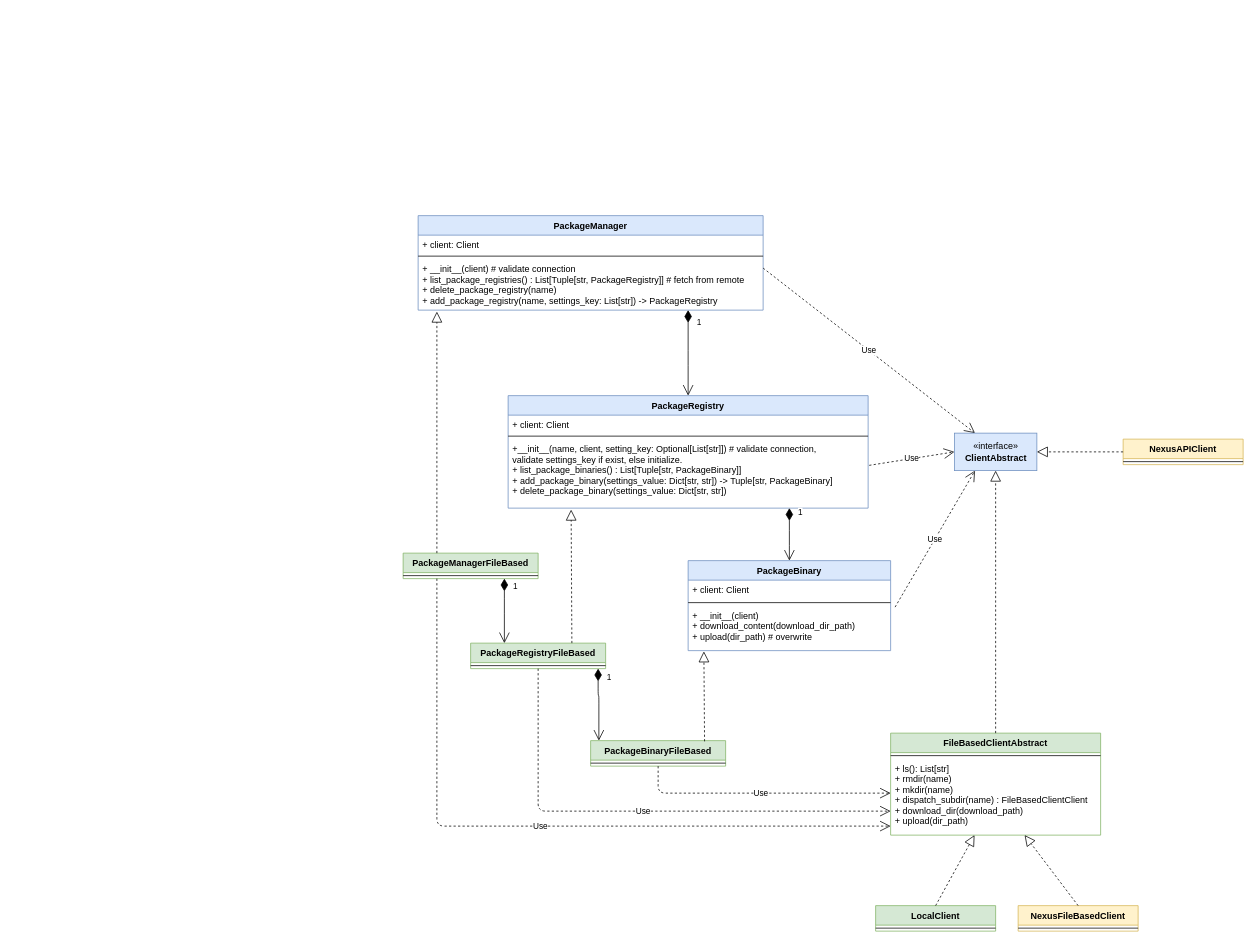
Above: docs/source/diagrams/pacco.drawio in jasonsebastian/pacco (draw.io), before the change. Source tidied: cells renumbered, new cells numbered last; positions are measured from the earlier drawing's top-left corner, leaving out a move shared by most shapes. Both pictures are drawn from the tidied source at 75%, with x=0, y=0 at pixel (403, 215).
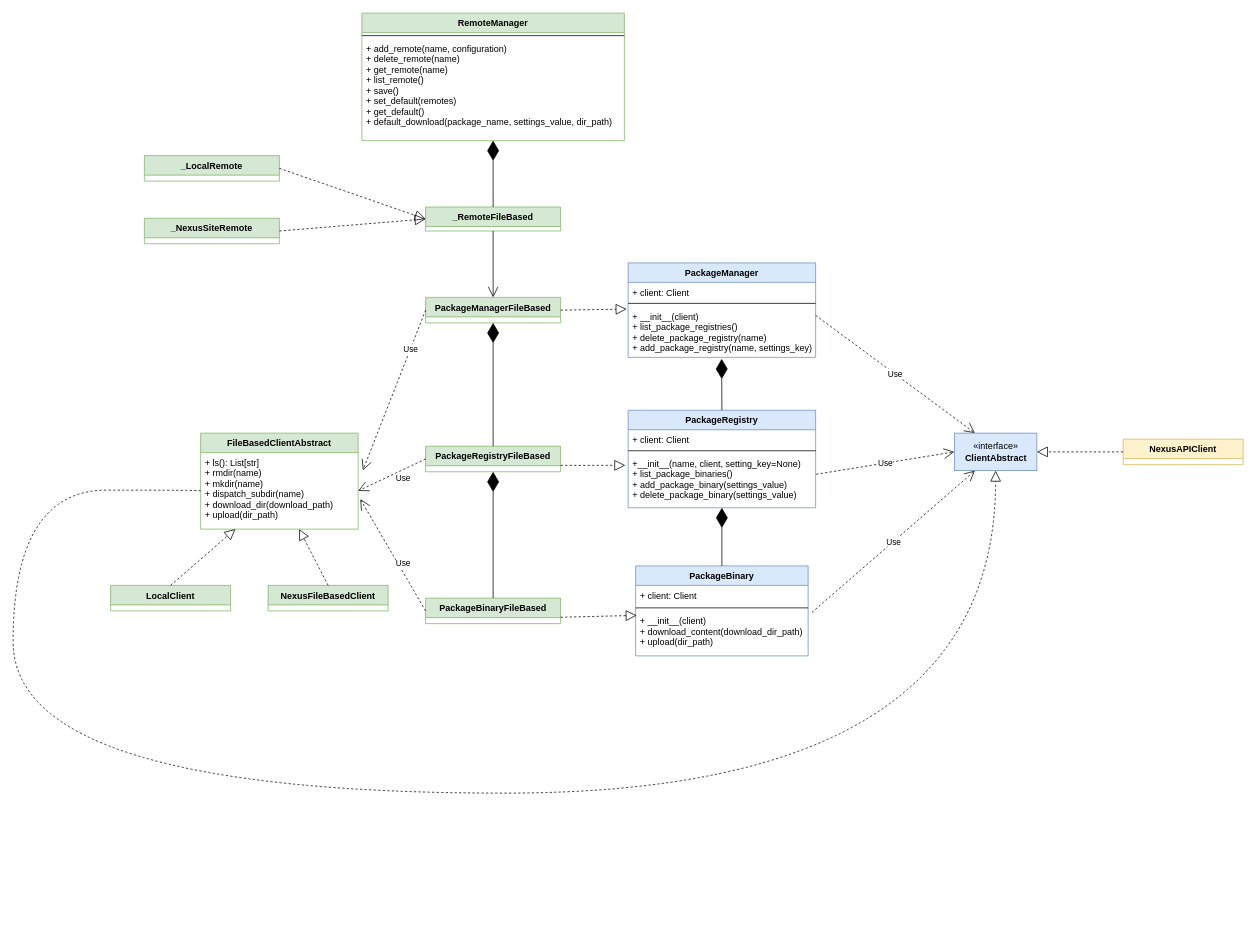
The same diagram, later.

Unchanged cells that the change refers to:
```xml
<mxCell id="22" value="«interface»&lt;br&gt;&lt;b&gt;ClientAbstract&lt;/b&gt;" style="html=1;fillColor=#dae8fc;strokeColor=#6c8ebf;" parent="1" vertex="1">
  <mxGeometry x="735" y="290" width="110" height="50" as="geometry" />
</mxCell>
<mxCell id="44" value="NexusAPIClient" style="swimlane;fontStyle=1;align=center;verticalAlign=top;horizontal=1;startSize=26;fillColor=#fff2cc;strokeColor=#d6b656;" parent="1" vertex="1">
  <mxGeometry x="960" y="298" width="160" height="34" as="geometry" />
</mxCell>
```

The edit, as a diff of the source:
```diff
@@
     <mxCell id="2" value="PackageManager" style="swimlane;fontStyle=1;align=center;verticalAlign=top;horizontal=1;startSize=26;fillColor=#dae8fc;strokeColor=#6c8ebf;" parent="1" vertex="1">
-      <mxGeometry x="20" width="460" height="126" as="geometry" />
+      <mxGeometry x="300" y="63" width="250" height="126" as="geometry" />
     </mxCell>
     <mxCell id="3" value="+ client: Client" style="text;strokeColor=none;fillColor=none;align=left;verticalAlign=top;spacingLeft=4;spacingRight=4;overflow=hidden;" parent="2" vertex="1">
-      <mxGeometry y="26" width="460" height="24" as="geometry" />
+      <mxGeometry y="26" width="250" height="24" as="geometry" />
     </mxCell>
     <mxCell id="4" style="line;strokeWidth=1;fillColor=none;align=left;verticalAlign=middle;spacingTop=-1;spacingLeft=3;spacingRight=3;labelPosition=right;" parent="2" vertex="1">
-      <mxGeometry y="50" width="460" height="8" as="geometry" />
+      <mxGeometry y="50" width="250" height="8" as="geometry" />
     </mxCell>
-    <mxCell id="5" value="+ __init__(client) # validate connection&#10;+ list_package_registries() : List[Tuple[str, PackageRegistry]] # fetch from remote&#10;+ delete_package_registry(name)&#10;+ add_package_registry(name, settings_key: List[str]) -&gt; PackageRegistry&#10;&#10;" style="text;strokeColor=none;fillColor=none;align=left;verticalAlign=top;spacingLeft=4;spacingRight=4;overflow=hidden;points=[[0,0.5],[1,0.5]];portConstraint=eastwest;" parent="2" vertex="1">
-      <mxGeometry y="58" width="460" height="68" as="geometry" />
+    <mxCell id="5" value="+ __init__(client)&#10;+ list_package_registries()&#10;+ delete_package_registry(name)&#10;+ add_package_registry(name, settings_key)&#10;&#10;" style="text;strokeColor=none;fillColor=none;align=left;verticalAlign=top;spacingLeft=4;spacingRight=4;overflow=hidden;points=[[0,0.5],[1,0.5]];portConstraint=eastwest;" parent="2" vertex="1">
+      <mxGeometry y="58" width="250" height="68" as="geometry" />
     </mxCell>
     <mxCell id="6" value="PackageRegistry" style="swimlane;fontStyle=1;align=center;verticalAlign=top;horizontal=1;startSize=26;fillColor=#dae8fc;strokeColor=#6c8ebf;" parent="1" vertex="1">
-      <mxGeometry x="140" y="240" width="480" height="150" as="geometry" />
+      <mxGeometry x="300" y="259.5" width="250" height="130" as="geometry" />
     </mxCell>
     <mxCell id="7" value="+ client: Client&#10;" style="text;strokeColor=none;fillColor=none;align=left;verticalAlign=top;spacingLeft=4;spacingRight=4;overflow=hidden;" parent="6" vertex="1">
-      <mxGeometry y="26" width="480" height="24" as="geometry" />
+      <mxGeometry y="26" width="250" height="24" as="geometry" />
     </mxCell>
     <mxCell id="8" style="line;strokeWidth=1;fillColor=none;align=left;verticalAlign=middle;spacingTop=-1;spacingLeft=3;spacingRight=3;labelPosition=right;" parent="6" vertex="1">
-      <mxGeometry y="50" width="480" height="8" as="geometry" />
+      <mxGeometry y="50" width="250" height="8" as="geometry" />
     </mxCell>
-    <mxCell id="9" value="+__init__(name, client, setting_key: Optional[List[str]]) # validate connection, &#10;validate settings_key if exist, else initialize.&#10;+ list_package_binaries() : List[Tuple[str, PackageBinary]]&#10;+ add_package_binary(settings_value: Dict[str, str]) -&gt; Tuple[str, PackageBinary]&#10;+ delete_package_binary(settings_value: Dict[str, str])&#10;" style="text;strokeColor=none;fillColor=none;align=left;verticalAlign=top;spacingLeft=4;spacingRight=4;overflow=hidden;points=[[0,0.5],[1,0.5]];portConstraint=eastwest;" parent="6" vertex="1">
-      <mxGeometry y="58" width="480" height="92" as="geometry" />
+    <mxCell id="9" value="+__init__(name, client, setting_key=None)&#10;+ list_package_binaries()&#10;+ add_package_binary(settings_value)&#10;+ delete_package_binary(settings_value)&#10;" style="text;strokeColor=none;fillColor=none;align=left;verticalAlign=top;spacingLeft=4;spacingRight=4;overflow=hidden;points=[[0,0.5],[1,0.5]];portConstraint=eastwest;" parent="6" vertex="1">
+      <mxGeometry y="58" width="250" height="72" as="geometry" />
     </mxCell>
     <mxCell id="10" value="PackageBinary" style="swimlane;fontStyle=1;align=center;verticalAlign=top;horizontal=1;startSize=26;fillColor=#dae8fc;strokeColor=#6c8ebf;" parent="1" vertex="1">
-      <mxGeometry x="380" y="460" width="270" height="120" as="geometry" />
+      <mxGeometry x="310" y="467" width="230" height="120" as="geometry" />
     </mxCell>
     <mxCell id="11" value="+ client: Client" style="text;strokeColor=none;fillColor=none;align=left;verticalAlign=top;spacingLeft=4;spacingRight=4;overflow=hidden;" parent="10" vertex="1">
-      <mxGeometry y="26" width="270" height="26" as="geometry" />
+      <mxGeometry y="26" width="230" height="26" as="geometry" />
     </mxCell>
     <mxCell id="12" style="line;strokeWidth=1;fillColor=none;align=left;verticalAlign=middle;spacingTop=-1;spacingLeft=3;spacingRight=3;labelPosition=right;" parent="10" vertex="1">
-      <mxGeometry y="52" width="270" height="8" as="geometry" />
+      <mxGeometry y="52" width="230" height="8" as="geometry" />
     </mxCell>
-    <mxCell id="13" value="+ __init__(client)&#10;+ download_content(download_dir_path)&#10;+ upload(dir_path) # overwrite&#10;" style="text;strokeColor=none;fillColor=none;align=left;verticalAlign=top;spacingLeft=4;spacingRight=4;overflow=hidden;points=[[0,0.5],[1,0.5]];portConstraint=eastwest;" parent="10" vertex="1">
-      <mxGeometry y="60" width="270" height="60" as="geometry" />
+    <mxCell id="13" value="+ __init__(client)&#10;+ download_content(download_dir_path)&#10;+ upload(dir_path)&#10;" style="text;strokeColor=none;fillColor=none;align=left;verticalAlign=top;spacingLeft=4;spacingRight=4;overflow=hidden;points=[[0,0.5],[1,0.5]];portConstraint=eastwest;" parent="10" vertex="1">
+      <mxGeometry y="60" width="230" height="60" as="geometry" />
     </mxCell>
-    <mxCell id="14" value="1" style="endArrow=open;html=1;endSize=12;startArrow=diamondThin;startSize=14;startFill=1;edgeStyle=orthogonalEdgeStyle;align=left;verticalAlign=bottom;entryX=0.5;entryY=0;entryDx=0;entryDy=0;" parent="1" edge="1" source="5" target="6">
-      <mxGeometry x="-0.56" y="10" relative="1" as="geometry">
-        <Array as="points">
-          <mxPoint x="380" y="190" />
-          <mxPoint x="380" y="190" />
-        </Array>
-      </mxGeometry>
-    </mxCell>
-    <mxCell id="15" value="1" style="endArrow=open;html=1;endSize=12;startArrow=diamondThin;startSize=14;startFill=1;edgeStyle=orthogonalEdgeStyle;align=left;verticalAlign=bottom;entryX=0.5;entryY=0;entryDx=0;entryDy=0;" parent="1" edge="1" source="9" target="10">
-      <mxGeometry x="-0.57" y="10" relative="1" as="geometry">
-        <Array as="points">
-          <mxPoint x="515" y="430" />
-          <mxPoint x="515" y="430" />
-        </Array>
-      </mxGeometry>
-    </mxCell>
@@
     <mxCell id="19" value="FileBasedClientAbstract" style="swimlane;fontStyle=1;align=center;verticalAlign=top;horizontal=1;startSize=26;fillColor=#d5e8d4;strokeColor=#82b366;" parent="1" vertex="1">
-      <mxGeometry x="650" y="690" width="280" height="136" as="geometry" />
+      <mxGeometry x="-270" y="290" width="210" height="128" as="geometry" />
     </mxCell>
-    <mxCell id="20" style="line;strokeWidth=1;fillColor=none;align=left;verticalAlign=middle;spacingTop=-1;spacingLeft=3;spacingRight=3;labelPosition=right;" parent="19" vertex="1">
-      <mxGeometry y="26" width="280" height="8" as="geometry" />
-    </mxCell>
-    <mxCell id="21" value="+ ls(): List[str]&#10;+ rmdir(name)&#10;+ mkdir(name)&#10;+ dispatch_subdir(name) : FileBasedClientClient&#10;+ download_dir(download_path)&#10;+ upload(dir_path)&#10;" style="text;strokeColor=none;fillColor=none;align=left;verticalAlign=top;spacingLeft=4;spacingRight=4;overflow=hidden;points=[[0,0.5],[1,0.5]];portConstraint=eastwest;" parent="19" vertex="1">
-      <mxGeometry y="34" width="280" height="102" as="geometry" />
+    <mxCell id="21" value="+ ls(): List[str]&#10;+ rmdir(name)&#10;+ mkdir(name)&#10;+ dispatch_subdir(name)&#10;+ download_dir(download_path)&#10;+ upload(dir_path)&#10;" style="text;strokeColor=none;fillColor=none;align=left;verticalAlign=top;spacingLeft=4;spacingRight=4;overflow=hidden;points=[[0,0.5],[1,0.5]];portConstraint=eastwest;" parent="19" vertex="1">
+      <mxGeometry y="26" width="210" height="102" as="geometry" />
     </mxCell>
@@
-    <mxCell id="23" style="endArrow=block;dashed=1;endFill=0;endSize=12;html=1;exitX=0.5;exitY=0;exitDx=0;exitDy=0;entryX=0.5;entryY=1;entryDx=0;entryDy=0;" parent="1" edge="1" source="19" target="22">
-      <mxGeometry relative="1" as="geometry" />
+    <mxCell id="23" style="endArrow=block;dashed=1;endFill=0;endSize=12;html=1;exitX=0;exitY=0.5;exitDx=0;exitDy=0;entryX=0.5;entryY=1;entryDx=0;entryDy=0;edgeStyle=orthogonalEdgeStyle;curved=1;" parent="1" edge="1" source="21" target="22">
+      <mxGeometry relative="1" as="geometry">
+        <Array as="points">
+          <mxPoint x="-520" y="366" />
+          <mxPoint x="-520" y="770" />
+          <mxPoint x="790" y="770" />
+        </Array>
+      </mxGeometry>
     </mxCell>
     <mxCell id="24" value="LocalClient" style="swimlane;fontStyle=1;align=center;verticalAlign=top;horizontal=1;startSize=26;fillColor=#d5e8d4;strokeColor=#82b366;" parent="1" vertex="1">
-      <mxGeometry x="630" y="920" width="160" height="34" as="geometry" />
+      <mxGeometry x="-390" y="493" width="160" height="34" as="geometry" />
     </mxCell>
-    <mxCell id="25" style="line;strokeWidth=1;fillColor=none;align=left;verticalAlign=middle;spacingTop=-1;spacingLeft=3;spacingRight=3;labelPosition=right;" parent="24" vertex="1">
-      <mxGeometry y="26" width="160" height="8" as="geometry" />
-    </mxCell>
@@
     <mxCell id="27" value="PackageManagerFileBased" style="swimlane;fontStyle=1;align=center;verticalAlign=top;horizontal=1;startSize=26;fillColor=#d5e8d4;strokeColor=#82b366;" parent="1" vertex="1">
-      <mxGeometry y="450" width="180" height="34" as="geometry" />
+      <mxGeometry x="30" y="109" width="180" height="34" as="geometry" />
     </mxCell>
-    <mxCell id="28" style="line;strokeWidth=1;fillColor=none;align=left;verticalAlign=middle;spacingTop=-1;spacingLeft=3;spacingRight=3;labelPosition=right;" parent="27" vertex="1">
-      <mxGeometry y="26" width="180" height="8" as="geometry" />
-    </mxCell>
     <mxCell id="29" value="PackageRegistryFileBased" style="swimlane;fontStyle=1;align=center;verticalAlign=top;horizontal=1;startSize=26;fillColor=#d5e8d4;strokeColor=#82b366;" parent="1" vertex="1">
-      <mxGeometry x="90" y="570" width="180" height="34" as="geometry" />
+      <mxGeometry x="30" y="307.5" width="180" height="34" as="geometry" />
     </mxCell>
-    <mxCell id="30" style="line;strokeWidth=1;fillColor=none;align=left;verticalAlign=middle;spacingTop=-1;spacingLeft=3;spacingRight=3;labelPosition=right;" parent="29" vertex="1">
-      <mxGeometry y="26" width="180" height="8" as="geometry" />
-    </mxCell>
     <mxCell id="31" value="PackageBinaryFileBased" style="swimlane;fontStyle=1;align=center;verticalAlign=top;horizontal=1;startSize=26;fillColor=#d5e8d4;strokeColor=#82b366;" parent="1" vertex="1">
-      <mxGeometry x="250" y="700" width="180" height="34" as="geometry" />
+      <mxGeometry x="30" y="510" width="180" height="34" as="geometry" />
     </mxCell>
-    <mxCell id="32" style="line;strokeWidth=1;fillColor=none;align=left;verticalAlign=middle;spacingTop=-1;spacingLeft=3;spacingRight=3;labelPosition=right;" parent="31" vertex="1">
-      <mxGeometry y="26" width="180" height="8" as="geometry" />
-    </mxCell>
-    <mxCell id="33" style="endArrow=block;dashed=1;endFill=0;endSize=12;html=1;exitX=0.25;exitY=0;exitDx=0;exitDy=0;" parent="1" edge="1" source="27">
-      <mxGeometry relative="1" as="geometry">
-        <mxPoint x="45" y="128" as="targetPoint" />
-      </mxGeometry>
+    <mxCell id="33" style="endArrow=block;dashed=1;endFill=0;endSize=12;html=1;exitX=1;exitY=0.5;exitDx=0;exitDy=0;entryX=-0.008;entryY=0.054;entryDx=0;entryDy=0;entryPerimeter=0;" parent="1" edge="1" source="27" target="5">
+      <mxGeometry relative="1" as="geometry" />
     </mxCell>
-    <mxCell id="34" style="endArrow=block;dashed=1;endFill=0;endSize=12;html=1;exitX=0.75;exitY=0;exitDx=0;exitDy=0;entryX=0.175;entryY=1.022;entryDx=0;entryDy=0;entryPerimeter=0;" parent="1" edge="1" source="29" target="9">
+    <mxCell id="34" style="endArrow=block;dashed=1;endFill=0;endSize=12;html=1;exitX=1;exitY=0.75;exitDx=0;exitDy=0;entryX=-0.015;entryY=0.215;entryDx=0;entryDy=0;entryPerimeter=0;" parent="1" edge="1" source="29" target="9">
       <mxGeometry relative="1" as="geometry" />
     </mxCell>
-    <mxCell id="35" style="endArrow=block;dashed=1;endFill=0;endSize=12;html=1;exitX=0.844;exitY=0.029;exitDx=0;exitDy=0;exitPerimeter=0;" parent="1" edge="1" source="31">
-      <mxGeometry relative="1" as="geometry">
-        <mxPoint x="401" y="581" as="targetPoint" />
-      </mxGeometry>
+    <mxCell id="35" style="endArrow=block;dashed=1;endFill=0;endSize=12;html=1;exitX=1;exitY=0.75;exitDx=0;exitDy=0;entryX=0.006;entryY=0.1;entryDx=0;entryDy=0;entryPerimeter=0;" parent="1" edge="1" source="31" target="13">
+      <mxGeometry relative="1" as="geometry" />
     </mxCell>
-    <mxCell id="36" value="1" style="endArrow=open;html=1;endSize=12;startArrow=diamondThin;startSize=14;startFill=1;edgeStyle=orthogonalEdgeStyle;align=left;verticalAlign=bottom;entryX=0.25;entryY=0;entryDx=0;entryDy=0;exitX=0.75;exitY=1;exitDx=0;exitDy=0;" parent="1" edge="1" source="27" target="29">
-      <mxGeometry x="-0.56" y="10" relative="1" as="geometry">
-        <Array as="points">
-          <mxPoint x="135" y="520" />
-          <mxPoint x="135" y="520" />
-        </Array>
-      </mxGeometry>
-    </mxCell>
-    <mxCell id="37" value="1" style="endArrow=open;html=1;endSize=12;startArrow=diamondThin;startSize=14;startFill=1;edgeStyle=orthogonalEdgeStyle;align=left;verticalAlign=bottom;entryX=0.061;entryY=0;entryDx=0;entryDy=0;exitX=0.75;exitY=1;exitDx=0;exitDy=0;entryPerimeter=0;" parent="1" edge="1" target="31">
-      <mxGeometry x="-0.56" y="10" relative="1" as="geometry">
-        <mxPoint x="260" y="604" as="sourcePoint" />
-        <Array as="points">
-          <mxPoint x="260" y="640" />
-        </Array>
-      </mxGeometry>
-    </mxCell>
-    <mxCell id="38" value="Use" style="endArrow=open;endSize=12;dashed=1;html=1;exitX=0.5;exitY=1;exitDx=0;exitDy=0;edgeStyle=orthogonalEdgeStyle;" parent="1" edge="1" source="31">
-      <mxGeometry relative="1" as="geometry">
-        <mxPoint x="650" y="770" as="targetPoint" />
-        <Array as="points">
-          <mxPoint x="340" y="770" />
-          <mxPoint x="650" y="770" />
-        </Array>
-      </mxGeometry>
+    <mxCell id="38" value="Use" style="endArrow=open;endSize=12;dashed=1;html=1;entryX=1.014;entryY=0.608;entryDx=0;entryDy=0;entryPerimeter=0;exitX=0;exitY=0.5;exitDx=0;exitDy=0;" parent="1" edge="1" source="31" target="21">
+      <mxGeometry x="-0.2" y="-6" relative="1" as="geometry" />
     </mxCell>
-    <mxCell id="39" value="Use" style="endArrow=open;endSize=12;dashed=1;html=1;exitX=0.5;exitY=1;exitDx=0;exitDy=0;edgeStyle=orthogonalEdgeStyle;" parent="1" edge="1" source="29">
-      <mxGeometry relative="1" as="geometry">
-        <mxPoint x="650" y="794" as="targetPoint" />
-        <Array as="points">
-          <mxPoint x="180" y="794" />
-        </Array>
-      </mxGeometry>
+    <mxCell id="39" value="Use" style="endArrow=open;endSize=12;dashed=1;html=1;exitX=0;exitY=0.5;exitDx=0;exitDy=0;entryX=1;entryY=0.5;entryDx=0;entryDy=0;" parent="1" edge="1" source="29" target="21">
+      <mxGeometry x="-0.24" y="10" relative="1" as="geometry" />
     </mxCell>
-    <mxCell id="40" value="Use" style="endArrow=open;endSize=12;dashed=1;html=1;exitX=0.25;exitY=1;exitDx=0;exitDy=0;edgeStyle=orthogonalEdgeStyle;entryX=0;entryY=0.882;entryDx=0;entryDy=0;entryPerimeter=0;" parent="1" edge="1" source="27" target="21">
-      <mxGeometry relative="1" as="geometry">
-        <Array as="points">
-          <mxPoint x="45" y="814" />
-        </Array>
+    <mxCell id="40" value="Use" style="endArrow=open;endSize=12;dashed=1;html=1;exitX=0;exitY=0.5;exitDx=0;exitDy=0;entryX=1.03;entryY=0.232;entryDx=0;entryDy=0;entryPerimeter=0;" parent="1" edge="1" source="27" target="21">
+      <mxGeometry x="-0.5" y="1" relative="1" as="geometry">
+        <mxPoint y="-1" as="offset" />
       </mxGeometry>
     </mxCell>
-    <mxCell id="41" value="NexusFileBasedClient" style="swimlane;fontStyle=1;align=center;verticalAlign=top;horizontal=1;startSize=26;fillColor=#fff2cc;strokeColor=#d6b656;" parent="1" vertex="1">
-      <mxGeometry x="820" y="920" width="160" height="34" as="geometry" />
+    <mxCell id="41" value="NexusFileBasedClient" style="swimlane;fontStyle=1;align=center;verticalAlign=top;horizontal=1;startSize=26;fillColor=#d5e8d4;strokeColor=#82b366;" parent="1" vertex="1">
+      <mxGeometry x="-180" y="493" width="160" height="34" as="geometry" />
     </mxCell>
-    <mxCell id="42" style="line;strokeWidth=1;fillColor=none;align=left;verticalAlign=middle;spacingTop=-1;spacingLeft=3;spacingRight=3;labelPosition=right;" parent="41" vertex="1">
-      <mxGeometry y="26" width="160" height="8" as="geometry" />
-    </mxCell>
@@
-    <mxCell id="45" style="line;strokeWidth=1;fillColor=none;align=left;verticalAlign=middle;spacingTop=-1;spacingLeft=3;spacingRight=3;labelPosition=right;" parent="44" vertex="1">
-      <mxGeometry y="26" width="160" height="8" as="geometry" />
-    </mxCell>
@@
+    <mxCell id="47" value="RemoteManager" style="swimlane;fontStyle=1;align=center;verticalAlign=top;horizontal=1;startSize=26;fillColor=#d5e8d4;strokeColor=#82b366;" parent="1" vertex="1">
+      <mxGeometry x="-55" y="-270" width="350" height="170" as="geometry" />
+    </mxCell>
+    <mxCell id="48" style="line;strokeWidth=1;fillColor=none;align=left;verticalAlign=middle;spacingTop=-1;spacingLeft=3;spacingRight=3;labelPosition=right;" parent="47" vertex="1">
+      <mxGeometry y="26" width="350" height="8" as="geometry" />
+    </mxCell>
+    <mxCell id="49" value="+ add_remote(name, configuration) &#10;+ delete_remote(name)&#10;+ get_remote(name)&#10;+ list_remote()&#10;+ save()&#10;+ set_default(remotes)&#10;+ get_default()&#10;+ default_download(package_name, settings_value, dir_path)&#10; " style="text;strokeColor=none;fillColor=none;align=left;verticalAlign=top;spacingLeft=4;spacingRight=4;overflow=hidden;points=[[0,0.5],[1,0.5]];portConstraint=eastwest;" parent="47" vertex="1">
+      <mxGeometry y="34" width="350" height="136" as="geometry" />
+    </mxCell>
+    <mxCell id="50" value="_RemoteFileBased" style="swimlane;fontStyle=1;align=center;verticalAlign=top;horizontal=1;startSize=26;fillColor=#d5e8d4;strokeColor=#82b366;" parent="1" vertex="1">
+      <mxGeometry x="30" y="-11.5" width="180" height="32" as="geometry" />
+    </mxCell>
+    <mxCell id="51" style="endArrow=open;endFill=1;endSize=12;html=1;exitX=0.5;exitY=1;exitDx=0;exitDy=0;entryX=0.5;entryY=0;entryDx=0;entryDy=0;" parent="1" edge="1" source="50" target="27">
+      <mxGeometry relative="1" as="geometry" />
+    </mxCell>
+    <mxCell id="52" value="_NexusSiteRemote" style="swimlane;fontStyle=1;align=center;verticalAlign=top;horizontal=1;startSize=26;fillColor=#d5e8d4;strokeColor=#82b366;" parent="1" vertex="1">
+      <mxGeometry x="-345" y="3.5" width="180" height="34" as="geometry" />
+    </mxCell>
+    <mxCell id="53" value="_LocalRemote" style="swimlane;fontStyle=1;align=center;verticalAlign=top;horizontal=1;startSize=26;fillColor=#d5e8d4;strokeColor=#82b366;" parent="1" vertex="1">
+      <mxGeometry x="-345" y="-80" width="180" height="34" as="geometry" />
+    </mxCell>
+    <mxCell id="54" style="endArrow=block;dashed=1;endFill=0;endSize=12;html=1;entryX=0;entryY=0.5;entryDx=0;entryDy=0;exitX=1;exitY=0.5;exitDx=0;exitDy=0;" parent="1" edge="1" source="53" target="50">
+      <mxGeometry relative="1" as="geometry" />
+    </mxCell>
+    <mxCell id="55" style="endArrow=block;dashed=1;endFill=0;endSize=12;html=1;entryX=0;entryY=0.5;entryDx=0;entryDy=0;exitX=1;exitY=0.5;exitDx=0;exitDy=0;" parent="1" edge="1" source="52" target="50">
+      <mxGeometry relative="1" as="geometry" />
+    </mxCell>
+    <mxCell id="56" style="endArrow=diamondThin;endFill=1;endSize=24;html=1;exitX=0.5;exitY=0;exitDx=0;exitDy=0;entryX=0.5;entryY=1;entryDx=0;entryDy=0;" parent="1" edge="1" source="29" target="27">
+      <mxGeometry relative="1" as="geometry" />
+    </mxCell>
+    <mxCell id="57" style="endArrow=diamondThin;endFill=1;endSize=24;html=1;exitX=0.5;exitY=0;exitDx=0;exitDy=0;entryX=0.5;entryY=1;entryDx=0;entryDy=0;" parent="1" edge="1" source="31" target="29">
+      <mxGeometry relative="1" as="geometry" />
+    </mxCell>
+    <mxCell id="58" style="endArrow=diamondThin;endFill=1;endSize=24;html=1;exitX=0.5;exitY=0;exitDx=0;exitDy=0;entryX=0.499;entryY=1.029;entryDx=0;entryDy=0;entryPerimeter=0;" parent="1" edge="1" source="6" target="5">
+      <mxGeometry relative="1" as="geometry" />
+    </mxCell>
+    <mxCell id="59" style="endArrow=diamondThin;endFill=1;endSize=24;html=1;exitX=0.5;exitY=0;exitDx=0;exitDy=0;" parent="1" edge="1" source="10" target="9">
+      <mxGeometry relative="1" as="geometry" />
+    </mxCell>
+    <mxCell id="60" style="endArrow=diamondThin;endFill=1;endSize=24;html=1;exitX=0.5;exitY=0;exitDx=0;exitDy=0;" parent="1" edge="1" source="50" target="49">
+      <mxGeometry relative="1" as="geometry" />
+    </mxCell>
```
